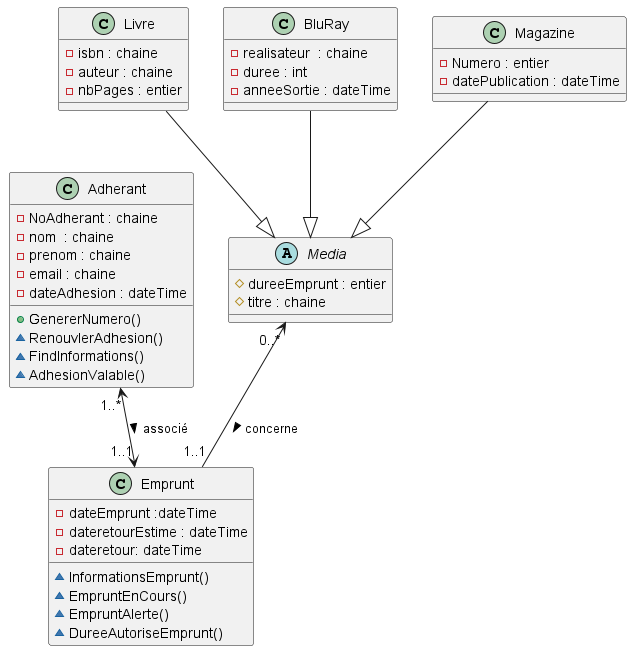
Before: documentation/diagramme de classe.png, a diagram exported from PlantUML (fadel-amar/php-bibliotheque).
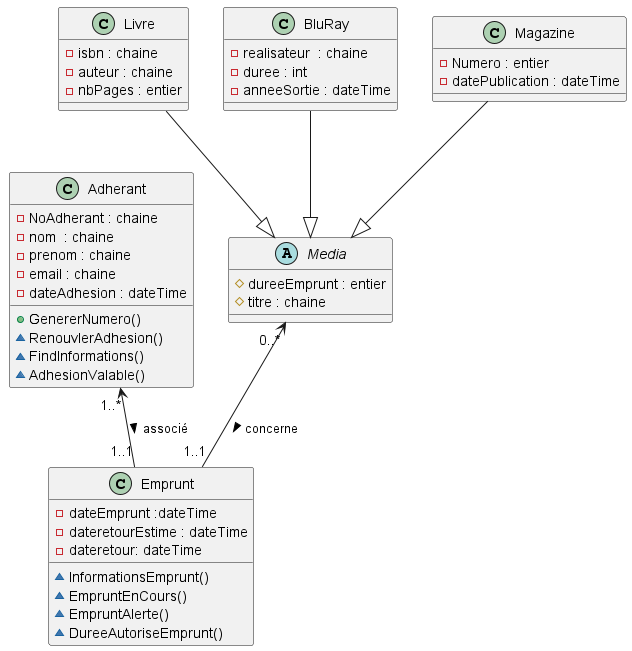
After the commit.

Commit message:
Ajout diagramme de classe

The edit, as a diff of the source:
```diff
@@ -60,6 +60,6 @@
 Livre --|> Media
 BluRay --|> Media
 Magazine --|> Media
-Adherant "1..*" <--> "1..1" Emprunt : associé >
+Adherant "1..*" <-- "1..1" Emprunt : associé >
 Media "0..*" <-- "1..1" Emprunt : concerne >
 @enduml
```
